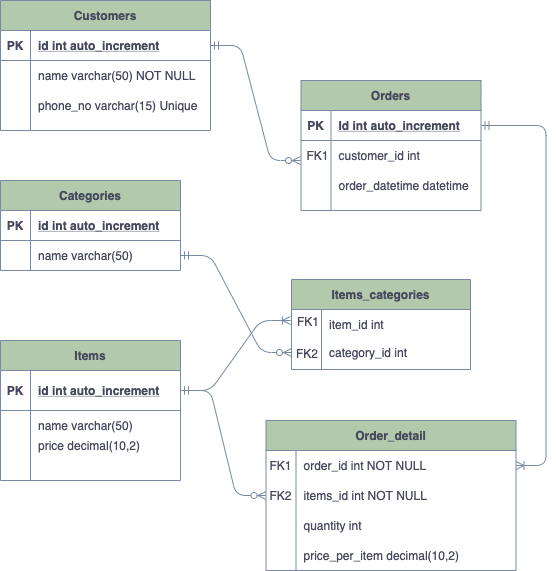
Above: homework_2/all_screenshots/update_erd.png in putrirmd/RubyIntermediate (draw.io), before the change. Source tidied: cells renumbered, new cells last; positions are measured from the earlier drawing's top-left corner, leaving out a move shared by most shapes.
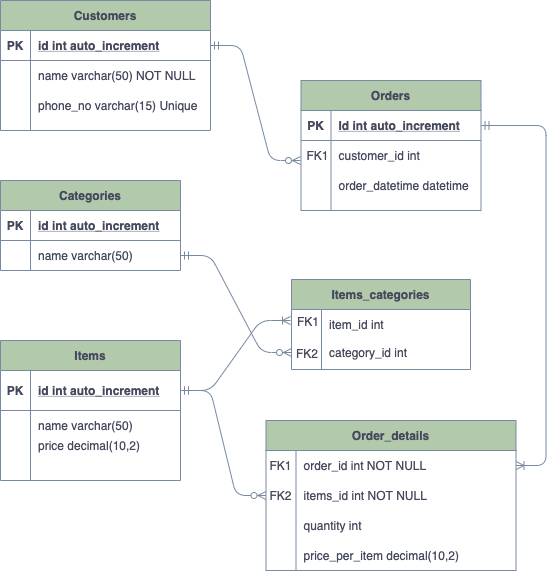
The same file after the commit.

Change to the diagram source:
```diff
@@ -157,7 +157,7 @@
     <mxCell id="52" value="price_per_item decimal(10,2)" style="shape=partialRectangle;overflow=hidden;fillColor=none;top=0;left=0;bottom=0;right=0;align=left;spacingLeft=6;strokeColor=#788AA3;fontColor=#46495D;" parent="50" vertex="1">
       <mxGeometry x="30" width="220" height="30" as="geometry" />
     </mxCell>
-    <mxCell id="53" value="Order_detail" style="shape=table;startSize=30;rowLines=0;fontStyle=1;align=center;fillColor=#B2C9AB;strokeColor=#788AA3;fontColor=#46495D;" parent="44" vertex="1">
+    <mxCell id="53" value="Order_details" style="shape=table;startSize=30;rowLines=0;fontStyle=1;align=center;fillColor=#B2C9AB;strokeColor=#788AA3;fontColor=#46495D;" parent="44" vertex="1">
       <mxGeometry width="250" height="150" as="geometry" />
     </mxCell>
     <mxCell id="54" style="shape=partialRectangle;fillColor=none;points=[[0,0.5],[1,0.5]];portConstraint=eastwest;top=0;left=0;right=0;bottom=0;strokeColor=#788AA3;fontColor=#46495D;" parent="53" vertex="1">
```
